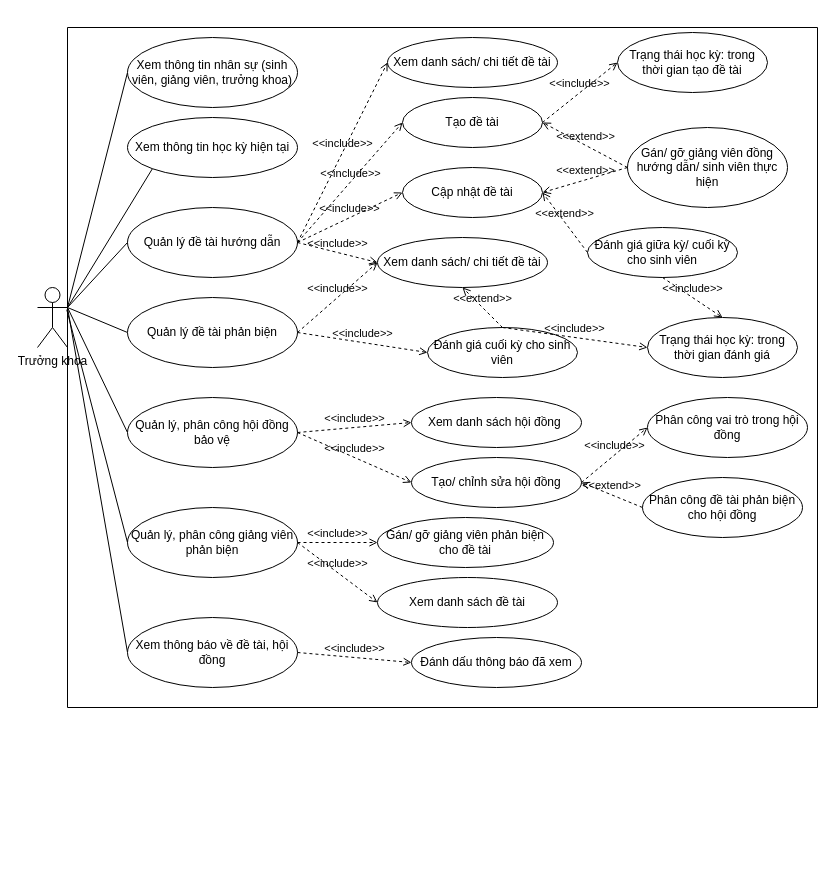
The draw.io diagram page "Biểu đồ UseCase phân rã [Trưởng khoa]" (4 of 6) of report/thesis.drawio in ngdangkiet/thesis-document, before the edit. Source tidied: cells renumbered, new cells numbered last; positions are measured from the earlier drawing's top-left corner, leaving out a move shared by most shapes. Both pictures are drawn from the tidied source at 100%, with x=0, y=0 at pixel (37, 27).
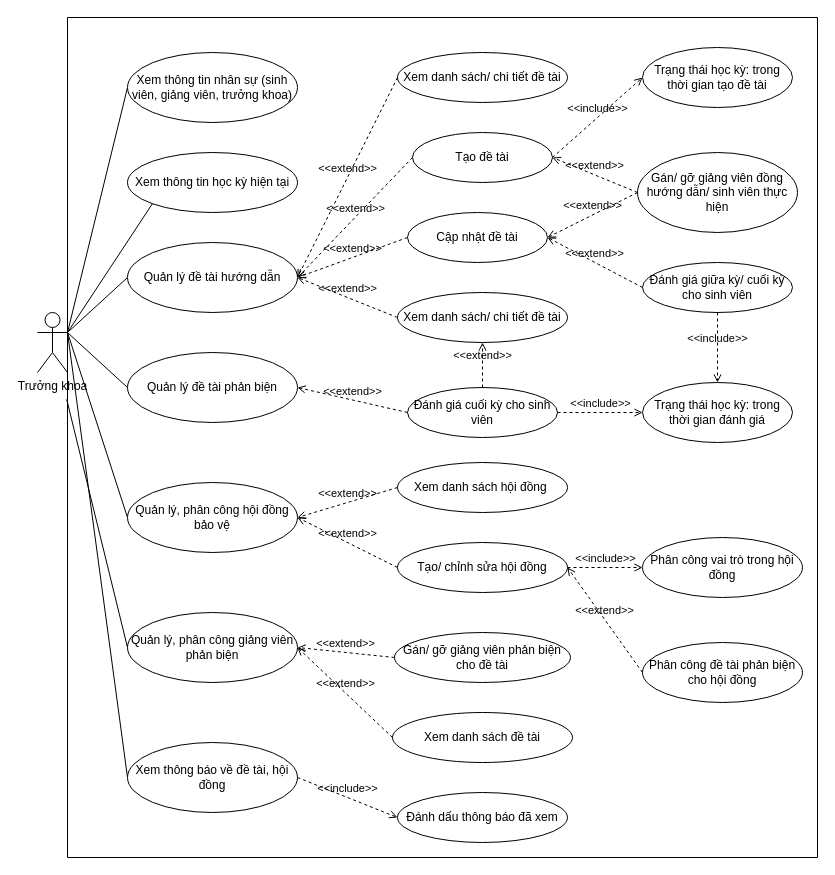
Above is the later version.

Commit message (it also covers changes not shown here):
Cập nhật thesis.drawio

The edit, as a diff of the source:
```diff
@@
     <mxCell id="2" value="Trưởng khoa" style="shape=umlActor;verticalLabelPosition=bottom;verticalAlign=top;html=1;outlineConnect=0;" parent="1" vertex="1">
-      <mxGeometry y="260" width="30" height="60" as="geometry" />
+      <mxGeometry y="285" width="30" height="60" as="geometry" />
     </mxCell>
-    <mxCell id="3" value="Quản lý đề tài hướng dẫn" style="ellipse;whiteSpace=wrap;html=1;" parent="1" vertex="1">
-      <mxGeometry x="90" y="180" width="170" height="70" as="geometry" />
-    </mxCell>
@@
-    <mxCell id="9" value="Xem danh sách/ chi tiết đề tài" style="ellipse;whiteSpace=wrap;html=1;" parent="1" vertex="1">
-      <mxGeometry x="350" y="10" width="170" height="50" as="geometry" />
-    </mxCell>
-    <mxCell id="10" value="Tạo đề tài" style="ellipse;whiteSpace=wrap;html=1;" parent="1" vertex="1">
-      <mxGeometry x="365" y="70" width="140" height="50" as="geometry" />
-    </mxCell>
-    <mxCell id="11" value="Trạng thái học kỳ: trong thời gian tạo đề tài" style="ellipse;whiteSpace=wrap;html=1;" parent="1" vertex="1">
-      <mxGeometry x="580" y="5" width="150" height="60" as="geometry" />
-    </mxCell>
-    <mxCell id="12" value="&amp;lt;&amp;lt;include&amp;gt;&amp;gt;" style="html=1;verticalAlign=bottom;labelBackgroundColor=none;endArrow=open;endFill=0;dashed=1;rounded=0;exitX=1;exitY=0.5;exitDx=0;exitDy=0;entryX=0;entryY=0.5;entryDx=0;entryDy=0;" parent="1" edge="1" source="10" target="11">
-      <mxGeometry relative="1" as="geometry" />
-    </mxCell>
-    <mxCell id="13" value="Cập nhật đề tài" style="ellipse;whiteSpace=wrap;html=1;" parent="1" vertex="1">
-      <mxGeometry x="365" y="140" width="140" height="50" as="geometry" />
-    </mxCell>
-    <mxCell id="14" value="Đánh giá giữa kỳ/ cuối kỳ cho sinh viên" style="ellipse;whiteSpace=wrap;html=1;" parent="1" vertex="1">
-      <mxGeometry x="550" y="200" width="150" height="50" as="geometry" />
-    </mxCell>
-    <mxCell id="15" value="&amp;lt;&amp;lt;extend&amp;gt;&amp;gt;" style="html=1;verticalAlign=bottom;labelBackgroundColor=none;endArrow=open;endFill=0;dashed=1;rounded=0;exitX=0;exitY=0.5;exitDx=0;exitDy=0;entryX=1;entryY=0.5;entryDx=0;entryDy=0;" parent="1" edge="1" source="14" target="13">
-      <mxGeometry relative="1" as="geometry" />
-    </mxCell>
-    <mxCell id="16" value="&amp;lt;&amp;lt;include&amp;gt;&amp;gt;" style="html=1;verticalAlign=bottom;labelBackgroundColor=none;endArrow=open;endFill=0;dashed=1;rounded=0;exitX=0.5;exitY=1;exitDx=0;exitDy=0;entryX=0.5;entryY=0;entryDx=0;entryDy=0;" parent="1" edge="1" source="14" target="23">
-      <mxGeometry relative="1" as="geometry" />
-    </mxCell>
-    <mxCell id="17" value="Gán/ gỡ giảng viên đồng hướng dẫn/ sinh viên thực hiện" style="ellipse;whiteSpace=wrap;html=1;" parent="1" vertex="1">
-      <mxGeometry x="590" y="100" width="160" height="80" as="geometry" />
-    </mxCell>
-    <mxCell id="18" value="&amp;lt;&amp;lt;extend&amp;gt;&amp;gt;" style="html=1;verticalAlign=bottom;labelBackgroundColor=none;endArrow=open;endFill=0;dashed=1;rounded=0;exitX=0;exitY=0.5;exitDx=0;exitDy=0;entryX=1;entryY=0.5;entryDx=0;entryDy=0;" parent="1" edge="1" source="17" target="10">
-      <mxGeometry relative="1" as="geometry" />
-    </mxCell>
-    <mxCell id="19" value="&amp;lt;&amp;lt;extend&amp;gt;&amp;gt;" style="html=1;verticalAlign=bottom;labelBackgroundColor=none;endArrow=open;endFill=0;dashed=1;rounded=0;exitX=0;exitY=0.5;exitDx=0;exitDy=0;entryX=1;entryY=0.5;entryDx=0;entryDy=0;" parent="1" edge="1" source="17" target="13">
-      <mxGeometry relative="1" as="geometry" />
-    </mxCell>
     <mxCell id="20" style="swimlane;startSize=0;" parent="1" vertex="1">
-      <mxGeometry x="30" width="750" height="680" as="geometry" />
+      <mxGeometry x="30" y="-10" width="750" height="840" as="geometry" />
     </mxCell>
     <mxCell id="21" value="Xem danh sách hội đồng&amp;nbsp;" style="ellipse;whiteSpace=wrap;html=1;" parent="20" vertex="1">
-      <mxGeometry x="344" y="370" width="170" height="50" as="geometry" />
+      <mxGeometry x="330" y="445" width="170" height="50" as="geometry" />
     </mxCell>
     <mxCell id="22" value="Đánh giá cuối kỳ cho sinh viên" style="ellipse;whiteSpace=wrap;html=1;" parent="20" vertex="1">
-      <mxGeometry x="360" y="300" width="150" height="50" as="geometry" />
+      <mxGeometry x="340" y="370" width="150" height="50" as="geometry" />
     </mxCell>
     <mxCell id="23" value="Trạng thái học kỳ: trong thời gian đánh giá" style="ellipse;whiteSpace=wrap;html=1;" parent="20" vertex="1">
-      <mxGeometry x="580" y="290" width="150" height="60" as="geometry" />
+      <mxGeometry x="575" y="365" width="150" height="60" as="geometry" />
     </mxCell>
-    <mxCell id="24" value="&amp;lt;&amp;lt;include&amp;gt;&amp;gt;" style="html=1;verticalAlign=bottom;labelBackgroundColor=none;endArrow=open;endFill=0;dashed=1;rounded=0;exitX=0.5;exitY=0;exitDx=0;exitDy=0;entryX=0;entryY=0.5;entryDx=0;entryDy=0;" parent="20" edge="1" source="22" target="23">
+    <mxCell id="24" value="&amp;lt;&amp;lt;include&amp;gt;&amp;gt;" style="html=1;verticalAlign=bottom;labelBackgroundColor=none;endArrow=open;endFill=0;dashed=1;rounded=0;exitX=1;exitY=0.5;exitDx=0;exitDy=0;entryX=0;entryY=0.5;entryDx=0;entryDy=0;" parent="20" edge="1" source="22" target="23">
       <mxGeometry relative="1" as="geometry" />
     </mxCell>
     <mxCell id="25" value="Quản lý, phân công hội đồng bảo vệ" style="ellipse;whiteSpace=wrap;html=1;" parent="20" vertex="1">
-      <mxGeometry x="60" y="370" width="170" height="70" as="geometry" />
+      <mxGeometry x="60" y="465" width="170" height="70" as="geometry" />
     </mxCell>
     <mxCell id="26" value="Xem thông báo về đề tài, hội đồng" style="ellipse;whiteSpace=wrap;html=1;" parent="20" vertex="1">
-      <mxGeometry x="60" y="590" width="170" height="70" as="geometry" />
+      <mxGeometry x="60" y="725" width="170" height="70" as="geometry" />
     </mxCell>
     <mxCell id="27" value="Đánh dấu thông báo đã xem" style="ellipse;whiteSpace=wrap;html=1;" parent="20" vertex="1">
-      <mxGeometry x="344" y="610" width="170" height="50" as="geometry" />
+      <mxGeometry x="330" y="775" width="170" height="50" as="geometry" />
     </mxCell>
     <mxCell id="28" value="Phân công vai trò trong hội đồng" style="ellipse;whiteSpace=wrap;html=1;" parent="20" vertex="1">
-      <mxGeometry x="580" y="370" width="160" height="60" as="geometry" />
+      <mxGeometry x="575" y="520" width="160" height="60" as="geometry" />
     </mxCell>
     <mxCell id="29" value="Phân công đề tài phản biện cho hội đồng" style="ellipse;whiteSpace=wrap;html=1;" parent="20" vertex="1">
-      <mxGeometry x="575" y="450" width="160" height="60" as="geometry" />
+      <mxGeometry x="575" y="625" width="160" height="60" as="geometry" />
     </mxCell>
     <mxCell id="30" value="Quản lý, phân công giảng viên phản biện" style="ellipse;whiteSpace=wrap;html=1;" parent="20" vertex="1">
-      <mxGeometry x="60" y="480" width="170" height="70" as="geometry" />
+      <mxGeometry x="60" y="595" width="170" height="70" as="geometry" />
     </mxCell>
-    <mxCell id="31" style="endArrow=none;html=1;rounded=0;exitX=-0.001;exitY=0.415;exitDx=0;exitDy=0;exitPerimeter=0;entryX=0;entryY=0.5;entryDx=0;entryDy=0;" parent="20" edge="1" source="20" target="30">
-      <mxGeometry relative="1" as="geometry" />
+    <mxCell id="31" style="endArrow=none;html=1;rounded=0;exitX=-0.001;exitY=0.415;exitDx=0;exitDy=0;exitPerimeter=0;entryX=0;entryY=0.5;entryDx=0;entryDy=0;" parent="20" edge="1" target="30">
+      <mxGeometry relative="1" as="geometry">
+        <mxPoint x="-0.8" y="381.9" as="sourcePoint" />
+      </mxGeometry>
     </mxCell>
     <mxCell id="32" value="Xem danh sách/ chi tiết đề tài" style="ellipse;whiteSpace=wrap;html=1;" parent="20" vertex="1">
-      <mxGeometry x="310" y="210" width="170" height="50" as="geometry" />
+      <mxGeometry x="330" y="275" width="170" height="50" as="geometry" />
     </mxCell>
@@
     <mxCell id="34" value="Tạo/ chỉnh sửa hội đồng" style="ellipse;whiteSpace=wrap;html=1;" parent="20" vertex="1">
-      <mxGeometry x="344" y="430" width="170" height="50" as="geometry" />
+      <mxGeometry x="330" y="525" width="170" height="50" as="geometry" />
     </mxCell>
@@
-    <mxCell id="37" value="&amp;lt;&amp;lt;include&amp;gt;&amp;gt;" style="html=1;verticalAlign=bottom;labelBackgroundColor=none;endArrow=open;endFill=0;dashed=1;rounded=0;exitX=1;exitY=0.5;exitDx=0;exitDy=0;entryX=0;entryY=0.5;entryDx=0;entryDy=0;" parent="20" edge="1" source="25" target="21">
-      <mxGeometry relative="1" as="geometry" />
-    </mxCell>
-    <mxCell id="38" value="&amp;lt;&amp;lt;include&amp;gt;&amp;gt;" style="html=1;verticalAlign=bottom;labelBackgroundColor=none;endArrow=open;endFill=0;dashed=1;rounded=0;exitX=1;exitY=0.5;exitDx=0;exitDy=0;entryX=0;entryY=0.5;entryDx=0;entryDy=0;" parent="20" edge="1" source="25" target="34">
-      <mxGeometry relative="1" as="geometry" />
-    </mxCell>
@@
     <mxCell id="40" value="Gán/ gỡ giảng viên phản biện cho đề tài" style="ellipse;whiteSpace=wrap;html=1;" parent="20" vertex="1">
-      <mxGeometry x="310" y="490" width="176" height="50" as="geometry" />
+      <mxGeometry x="327" y="615" width="176" height="50" as="geometry" />
     </mxCell>
     <mxCell id="41" value="Xem danh sách đề tài" style="ellipse;whiteSpace=wrap;html=1;" parent="20" vertex="1">
-      <mxGeometry x="310" y="550" width="180" height="50" as="geometry" />
+      <mxGeometry x="325" y="695" width="180" height="50" as="geometry" />
     </mxCell>
-    <mxCell id="42" value="&amp;lt;&amp;lt;include&amp;gt;&amp;gt;" style="html=1;verticalAlign=bottom;labelBackgroundColor=none;endArrow=open;endFill=0;dashed=1;rounded=0;exitX=1;exitY=0.5;exitDx=0;exitDy=0;entryX=0;entryY=0.5;entryDx=0;entryDy=0;" parent="20" edge="1" source="30" target="40">
-      <mxGeometry relative="1" as="geometry" />
-    </mxCell>
-    <mxCell id="43" value="&amp;lt;&amp;lt;include&amp;gt;&amp;gt;" style="html=1;verticalAlign=bottom;labelBackgroundColor=none;endArrow=open;endFill=0;dashed=1;rounded=0;exitX=1;exitY=0.5;exitDx=0;exitDy=0;entryX=0;entryY=0.5;entryDx=0;entryDy=0;" parent="20" edge="1" source="30" target="41">
-      <mxGeometry relative="1" as="geometry" />
-    </mxCell>
     <mxCell id="44" value="Quản lý đề tài phản biện" style="ellipse;whiteSpace=wrap;html=1;" parent="20" vertex="1">
-      <mxGeometry x="60" y="270" width="170" height="70" as="geometry" />
+      <mxGeometry x="60" y="335" width="170" height="70" as="geometry" />
     </mxCell>
-    <mxCell id="45" value="&amp;lt;&amp;lt;include&amp;gt;&amp;gt;" style="html=1;verticalAlign=bottom;labelBackgroundColor=none;endArrow=open;endFill=0;dashed=1;rounded=0;exitX=1;exitY=0.5;exitDx=0;exitDy=0;entryX=0;entryY=0.5;entryDx=0;entryDy=0;" parent="20" edge="1" source="44" target="22">
-      <mxGeometry relative="1" as="geometry" />
-    </mxCell>
-    <mxCell id="46" value="&amp;lt;&amp;lt;include&amp;gt;&amp;gt;" style="html=1;verticalAlign=bottom;labelBackgroundColor=none;endArrow=open;endFill=0;dashed=1;rounded=0;exitX=1;exitY=0.5;exitDx=0;exitDy=0;entryX=0;entryY=0.5;entryDx=0;entryDy=0;" parent="20" edge="1" source="44" target="32">
-      <mxGeometry relative="1" as="geometry" />
-    </mxCell>
     <mxCell id="47" value="Xem thông tin nhân sự (sinh viên, giảng viên, trưởng khoa)" style="ellipse;whiteSpace=wrap;html=1;" parent="20" vertex="1">
-      <mxGeometry x="60" y="10" width="170" height="70" as="geometry" />
+      <mxGeometry x="60" y="35" width="170" height="70" as="geometry" />
     </mxCell>
     <mxCell id="48" value="Xem thông tin học kỳ hiện tại" style="ellipse;whiteSpace=wrap;html=1;" parent="20" vertex="1">
-      <mxGeometry x="60" y="90" width="170" height="60" as="geometry" />
+      <mxGeometry x="60" y="135" width="170" height="60" as="geometry" />
     </mxCell>
-    <mxCell id="49" value="&amp;lt;&amp;lt;include&amp;gt;&amp;gt;" style="html=1;verticalAlign=bottom;labelBackgroundColor=none;endArrow=open;endFill=0;dashed=1;rounded=0;exitX=1;exitY=0.5;exitDx=0;exitDy=0;entryX=0;entryY=0.5;entryDx=0;entryDy=0;" parent="1" edge="1" source="3" target="9">
-      <mxGeometry relative="1" as="geometry" />
-    </mxCell>
-    <mxCell id="50" value="&amp;lt;&amp;lt;include&amp;gt;&amp;gt;" style="html=1;verticalAlign=bottom;labelBackgroundColor=none;endArrow=open;endFill=0;dashed=1;rounded=0;exitX=1;exitY=0.5;exitDx=0;exitDy=0;entryX=0;entryY=0.5;entryDx=0;entryDy=0;" parent="1" edge="1" source="3" target="10">
-      <mxGeometry relative="1" as="geometry" />
-    </mxCell>
-    <mxCell id="51" value="&amp;lt;&amp;lt;include&amp;gt;&amp;gt;" style="html=1;verticalAlign=bottom;labelBackgroundColor=none;endArrow=open;endFill=0;dashed=1;rounded=0;exitX=1;exitY=0.5;exitDx=0;exitDy=0;entryX=0;entryY=0.5;entryDx=0;entryDy=0;" parent="1" edge="1" source="3" target="13">
-      <mxGeometry relative="1" as="geometry" />
-    </mxCell>
-    <mxCell id="52" value="&amp;lt;&amp;lt;include&amp;gt;&amp;gt;" style="html=1;verticalAlign=bottom;labelBackgroundColor=none;endArrow=open;endFill=0;dashed=1;rounded=0;exitX=1;exitY=0.5;exitDx=0;exitDy=0;entryX=0;entryY=0.5;entryDx=0;entryDy=0;" parent="1" edge="1" source="3" target="32">
-      <mxGeometry relative="1" as="geometry" />
-    </mxCell>
+    <mxCell id="54" value="&amp;lt;&amp;lt;extend&amp;gt;&amp;gt;" style="html=1;verticalAlign=bottom;labelBackgroundColor=none;endArrow=open;endFill=0;dashed=1;rounded=0;exitX=0;exitY=0.5;exitDx=0;exitDy=0;entryX=1;entryY=0.5;entryDx=0;entryDy=0;" parent="20" edge="1" source="21" target="25">
+      <mxGeometry relative="1" as="geometry" />
+    </mxCell>
+    <mxCell id="55" value="&amp;lt;&amp;lt;extend&amp;gt;&amp;gt;" style="html=1;verticalAlign=bottom;labelBackgroundColor=none;endArrow=open;endFill=0;dashed=1;rounded=0;exitX=0;exitY=0.5;exitDx=0;exitDy=0;entryX=1;entryY=0.5;entryDx=0;entryDy=0;" parent="20" edge="1" source="34" target="25">
+      <mxGeometry relative="1" as="geometry" />
+    </mxCell>
+    <mxCell id="56" value="&amp;lt;&amp;lt;extend&amp;gt;&amp;gt;" style="html=1;verticalAlign=bottom;labelBackgroundColor=none;endArrow=open;endFill=0;dashed=1;rounded=0;exitX=0;exitY=0.5;exitDx=0;exitDy=0;entryX=1;entryY=0.5;entryDx=0;entryDy=0;" parent="20" edge="1" source="40" target="30">
+      <mxGeometry relative="1" as="geometry" />
+    </mxCell>
+    <mxCell id="57" value="&amp;lt;&amp;lt;extend&amp;gt;&amp;gt;" style="html=1;verticalAlign=bottom;labelBackgroundColor=none;endArrow=open;endFill=0;dashed=1;rounded=0;exitX=0;exitY=0.5;exitDx=0;exitDy=0;entryX=1;entryY=0.5;entryDx=0;entryDy=0;" parent="20" edge="1" source="41" target="30">
+      <mxGeometry relative="1" as="geometry" />
+    </mxCell>
+    <mxCell id="58" value="&amp;lt;&amp;lt;extend&amp;gt;&amp;gt;" style="html=1;verticalAlign=bottom;labelBackgroundColor=none;endArrow=open;endFill=0;dashed=1;rounded=0;exitX=0;exitY=0.5;exitDx=0;exitDy=0;entryX=1;entryY=0.5;entryDx=0;entryDy=0;" parent="20" edge="1" source="22" target="44">
+      <mxGeometry relative="1" as="geometry" />
+    </mxCell>
+    <mxCell id="14" value="Đánh giá giữa kỳ/ cuối kỳ cho sinh viên" style="ellipse;whiteSpace=wrap;html=1;" parent="20" vertex="1">
+      <mxGeometry x="575" y="245" width="150" height="50" as="geometry" />
+    </mxCell>
+    <mxCell id="16" value="&amp;lt;&amp;lt;include&amp;gt;&amp;gt;" style="html=1;verticalAlign=bottom;labelBackgroundColor=none;endArrow=open;endFill=0;dashed=1;rounded=0;exitX=0.5;exitY=1;exitDx=0;exitDy=0;entryX=0.5;entryY=0;entryDx=0;entryDy=0;" parent="20" edge="1" source="14" target="23">
+      <mxGeometry relative="1" as="geometry" />
+    </mxCell>
+    <mxCell id="13" value="Cập nhật đề tài" style="ellipse;whiteSpace=wrap;html=1;" parent="20" vertex="1">
+      <mxGeometry x="340" y="195" width="140" height="50" as="geometry" />
+    </mxCell>
+    <mxCell id="15" value="&amp;lt;&amp;lt;extend&amp;gt;&amp;gt;" style="html=1;verticalAlign=bottom;labelBackgroundColor=none;endArrow=open;endFill=0;dashed=1;rounded=0;exitX=0;exitY=0.5;exitDx=0;exitDy=0;entryX=1;entryY=0.5;entryDx=0;entryDy=0;" parent="20" edge="1" source="14" target="13">
+      <mxGeometry relative="1" as="geometry" />
+    </mxCell>
+    <mxCell id="10" value="Tạo đề tài" style="ellipse;whiteSpace=wrap;html=1;" parent="20" vertex="1">
+      <mxGeometry x="345" y="115" width="140" height="50" as="geometry" />
+    </mxCell>
+    <mxCell id="9" value="Xem danh sách/ chi tiết đề tài" style="ellipse;whiteSpace=wrap;html=1;" parent="20" vertex="1">
+      <mxGeometry x="330" y="35" width="170" height="50" as="geometry" />
+    </mxCell>
+    <mxCell id="3" value="Quản lý đề tài hướng dẫn" style="ellipse;whiteSpace=wrap;html=1;" parent="20" vertex="1">
+      <mxGeometry x="60" y="225" width="170" height="70" as="geometry" />
+    </mxCell>
+    <mxCell id="59" value="&amp;lt;&amp;lt;extend&amp;gt;&amp;gt;" style="html=1;verticalAlign=bottom;labelBackgroundColor=none;endArrow=open;endFill=0;dashed=1;rounded=0;exitX=0;exitY=0.5;exitDx=0;exitDy=0;entryX=1;entryY=0.5;entryDx=0;entryDy=0;" parent="20" edge="1" source="9" target="3">
+      <mxGeometry relative="1" as="geometry" />
+    </mxCell>
+    <mxCell id="60" value="&amp;lt;&amp;lt;extend&amp;gt;&amp;gt;" style="html=1;verticalAlign=bottom;labelBackgroundColor=none;endArrow=open;endFill=0;dashed=1;rounded=0;exitX=0;exitY=0.5;exitDx=0;exitDy=0;entryX=1;entryY=0.5;entryDx=0;entryDy=0;" parent="20" edge="1" source="10" target="3">
+      <mxGeometry relative="1" as="geometry" />
+    </mxCell>
+    <mxCell id="61" value="&amp;lt;&amp;lt;extend&amp;gt;&amp;gt;" style="html=1;verticalAlign=bottom;labelBackgroundColor=none;endArrow=open;endFill=0;dashed=1;rounded=0;exitX=0;exitY=0.5;exitDx=0;exitDy=0;entryX=1;entryY=0.5;entryDx=0;entryDy=0;" parent="20" edge="1" source="13" target="3">
+      <mxGeometry relative="1" as="geometry" />
+    </mxCell>
+    <mxCell id="62" value="&amp;lt;&amp;lt;extend&amp;gt;&amp;gt;" style="html=1;verticalAlign=bottom;labelBackgroundColor=none;endArrow=open;endFill=0;dashed=1;rounded=0;exitX=0;exitY=0.5;exitDx=0;exitDy=0;entryX=1;entryY=0.5;entryDx=0;entryDy=0;" parent="20" edge="1" source="32" target="3">
+      <mxGeometry relative="1" as="geometry" />
+    </mxCell>
+    <mxCell id="17" value="Gán/ gỡ giảng viên đồng hướng dẫn/ sinh viên thực hiện" style="ellipse;whiteSpace=wrap;html=1;" parent="20" vertex="1">
+      <mxGeometry x="570" y="135" width="160" height="80" as="geometry" />
+    </mxCell>
+    <mxCell id="18" value="&amp;lt;&amp;lt;extend&amp;gt;&amp;gt;" style="html=1;verticalAlign=bottom;labelBackgroundColor=none;endArrow=open;endFill=0;dashed=1;rounded=0;exitX=0;exitY=0.5;exitDx=0;exitDy=0;entryX=1;entryY=0.5;entryDx=0;entryDy=0;" parent="20" edge="1" source="17" target="10">
+      <mxGeometry relative="1" as="geometry" />
+    </mxCell>
+    <mxCell id="19" value="&amp;lt;&amp;lt;extend&amp;gt;&amp;gt;" style="html=1;verticalAlign=bottom;labelBackgroundColor=none;endArrow=open;endFill=0;dashed=1;rounded=0;exitX=0;exitY=0.5;exitDx=0;exitDy=0;entryX=1;entryY=0.5;entryDx=0;entryDy=0;" parent="20" edge="1" source="17" target="13">
+      <mxGeometry relative="1" as="geometry" />
+    </mxCell>
+    <mxCell id="11" value="Trạng thái học kỳ: trong thời gian tạo đề tài" style="ellipse;whiteSpace=wrap;html=1;" parent="20" vertex="1">
+      <mxGeometry x="575" y="30" width="150" height="60" as="geometry" />
+    </mxCell>
+    <mxCell id="12" value="&amp;lt;&amp;lt;include&amp;gt;&amp;gt;" style="html=1;verticalAlign=bottom;labelBackgroundColor=none;endArrow=open;endFill=0;dashed=1;rounded=0;exitX=1;exitY=0.5;exitDx=0;exitDy=0;entryX=0;entryY=0.5;entryDx=0;entryDy=0;" parent="20" edge="1" source="10" target="11">
+      <mxGeometry relative="1" as="geometry" />
+    </mxCell>
```
